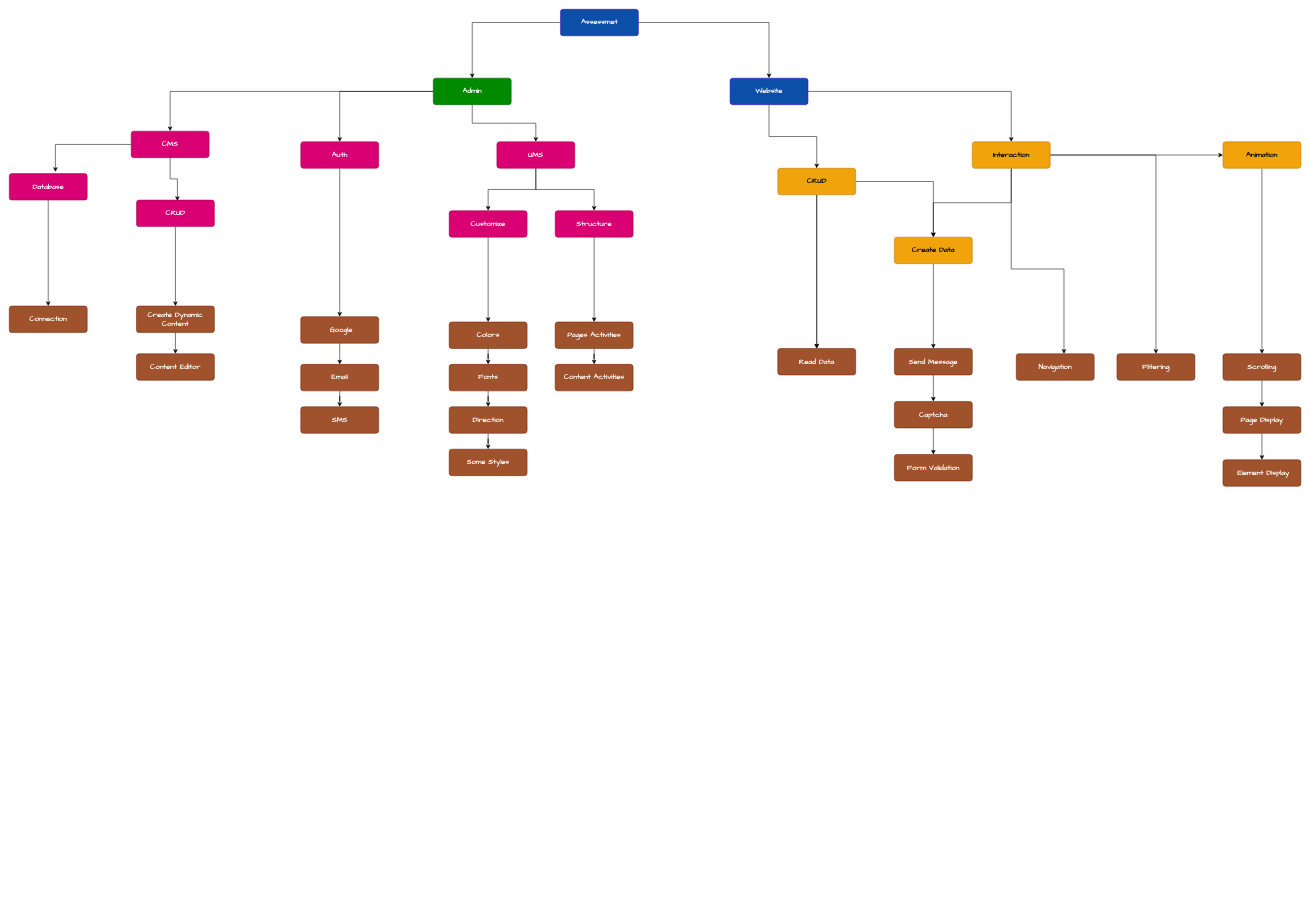
The draw.io diagram Assessment Rasa.drawio in monfaredpersonal/Development, before the edit. Source tidied: cells renumbered, new cells numbered last; positions are measured from the earlier drawing's top-left corner, leaving out a move shared by most shapes. Both pictures are drawn from the tidied source at 53%, with x=0, y=0 at pixel (9, 9).
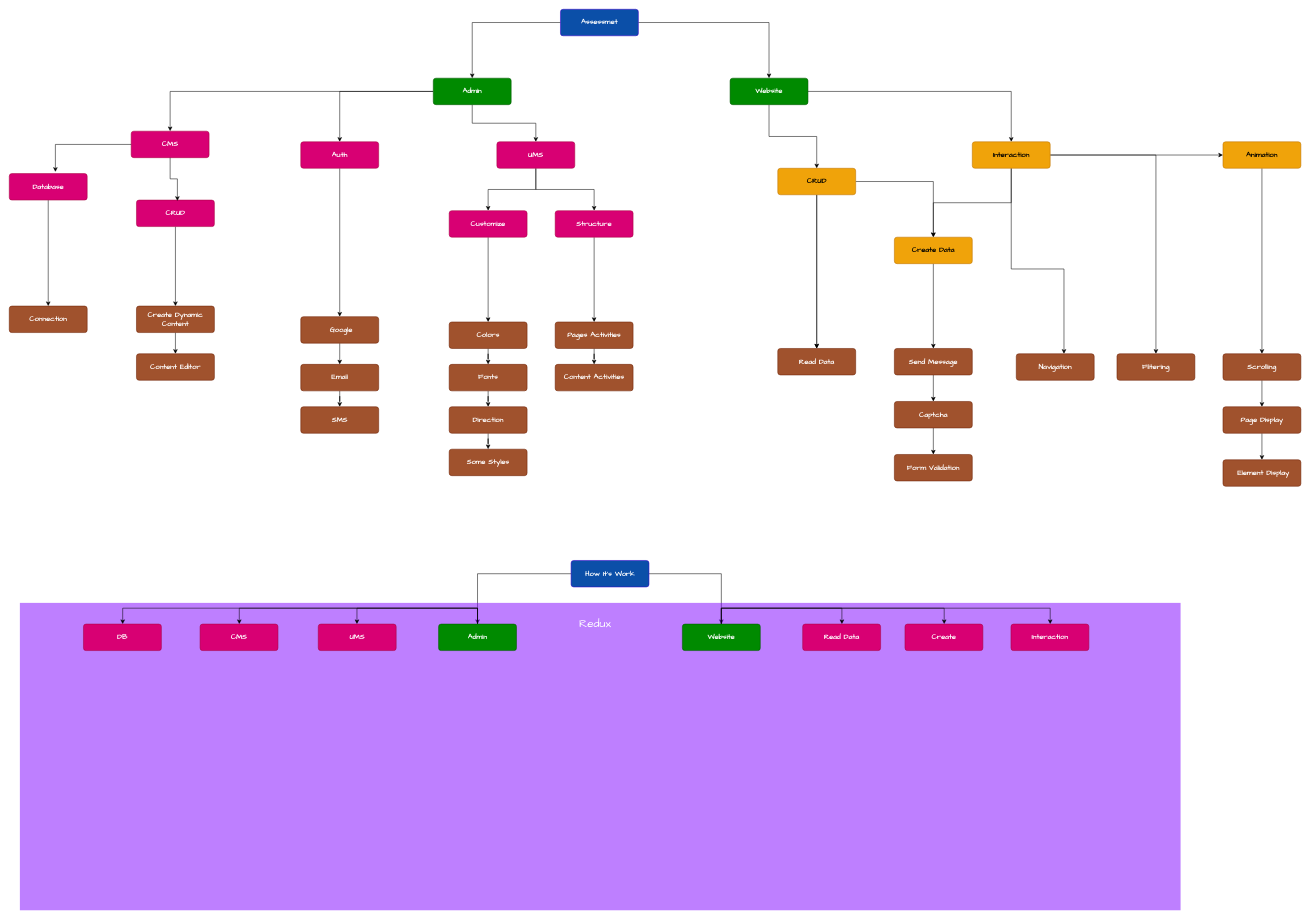
The same page after the edit.

Diff of the diagram source:
```diff
@@
-    <mxCell id="11" value="&lt;div style=&quot;forced-color-adjust: none;&quot;&gt;Website&lt;/div&gt;" style="html=1;shadow=0;dashed=0;shape=mxgraph.bootstrap.rrect;rSize=5;strokeColor=#3700CC;strokeWidth=1;fillColor=#0b4fa8;fontColor=#ffffff;whiteSpace=wrap;align=center;verticalAlign=middle;spacingLeft=0;fontStyle=1;fontSize=14;spacing=5;rounded=1;glass=0;fillStyle=auto;fontFamily=Comic Sans MS;horizontal=1;textDirection=rtl;points=[];" parent="1" vertex="1">
+    <mxCell id="11" value="&lt;div style=&quot;forced-color-adjust: none;&quot;&gt;Website&lt;/div&gt;" style="html=1;shadow=0;dashed=0;shape=mxgraph.bootstrap.rrect;rSize=5;strokeColor=#005700;strokeWidth=1;fillColor=#008a00;fontColor=#ffffff;whiteSpace=wrap;align=center;verticalAlign=middle;spacingLeft=0;fontStyle=1;fontSize=14;spacing=5;rounded=1;glass=0;fillStyle=auto;fontFamily=Comic Sans MS;horizontal=1;textDirection=rtl;points=[];" parent="1" vertex="1">
       <mxGeometry x="1360" y="130" width="147" height="50" as="geometry" />
     </mxCell>
@@
+    <mxCell id="74" style="edgeStyle=orthogonalEdgeStyle;rounded=0;jettySize=auto;html=1;" parent="1" edge="1" source="76" target="82">
+      <mxGeometry relative="1" as="geometry" />
+    </mxCell>
+    <mxCell id="75" style="edgeStyle=orthogonalEdgeStyle;rounded=0;jettySize=auto;html=1;" parent="1" edge="1" source="76" target="86">
+      <mxGeometry relative="1" as="geometry" />
+    </mxCell>
+    <mxCell id="76" value="&lt;div style=&quot;forced-color-adjust: none;&quot;&gt;How It's Work&lt;/div&gt;" style="html=1;shadow=0;dashed=0;shape=mxgraph.bootstrap.rrect;rSize=5;strokeColor=#3700CC;strokeWidth=1;fillColor=#0b4fa8;fontColor=#ffffff;whiteSpace=wrap;align=center;verticalAlign=middle;spacingLeft=0;fontStyle=1;fontSize=14;spacing=5;rounded=1;glass=0;fillStyle=auto;fontFamily=Comic Sans MS;horizontal=1;textDirection=rtl;points=[];" parent="1" vertex="1">
+      <mxGeometry x="1060" y="1040" width="147" height="50" as="geometry" />
+    </mxCell>
+    <mxCell id="77" style="rounded=0;whiteSpace=wrap;html=1;fillColor=#7F00FF;glass=0;shadow=0;strokeColor=none;fillOpacity=50;" parent="1" vertex="1">
+      <mxGeometry x="20" y="1120" width="2190" height="580" as="geometry" />
+    </mxCell>
+    <mxCell id="78" value="&lt;font color=&quot;#ffffff&quot; style=&quot;font-size: 22px;&quot; face=&quot;Comic Sans MS&quot;&gt;Redux&lt;/font&gt;" style="text;html=1;align=center;verticalAlign=middle;strokeColor=none;fillColor=none;" parent="1" vertex="1">
+      <mxGeometry x="1060" y="1140" width="90" height="40" as="geometry" />
+    </mxCell>
+    <mxCell id="79" style="edgeStyle=orthogonalEdgeStyle;rounded=0;jettySize=auto;html=1;" parent="1" edge="1" source="82" target="87">
+      <mxGeometry relative="1" as="geometry">
+        <Array as="points">
+          <mxPoint x="884" y="1130" />
+          <mxPoint x="656" y="1130" />
+        </Array>
+      </mxGeometry>
+    </mxCell>
+    <mxCell id="80" style="edgeStyle=orthogonalEdgeStyle;rounded=0;jettySize=auto;html=1;" parent="1" edge="1" source="82" target="88">
+      <mxGeometry relative="1" as="geometry">
+        <Array as="points">
+          <mxPoint x="884" y="1130" />
+          <mxPoint x="434" y="1130" />
+        </Array>
+      </mxGeometry>
+    </mxCell>
+    <mxCell id="81" style="edgeStyle=orthogonalEdgeStyle;rounded=0;jettySize=auto;html=1;" parent="1" edge="1" source="82" target="92">
+      <mxGeometry relative="1" as="geometry">
+        <Array as="points">
+          <mxPoint x="884" y="1130" />
+          <mxPoint x="214" y="1130" />
+        </Array>
+      </mxGeometry>
+    </mxCell>
+    <mxCell id="82" value="&lt;div style=&quot;forced-color-adjust: none;&quot;&gt;Admin&lt;/div&gt;" style="html=1;shadow=0;dashed=0;shape=mxgraph.bootstrap.rrect;rSize=5;strokeColor=#005700;strokeWidth=1;fillColor=#008a00;fontColor=#ffffff;whiteSpace=wrap;align=center;verticalAlign=middle;spacingLeft=0;fontStyle=1;fontSize=14;spacing=5;rounded=1;glass=0;fillStyle=auto;fontFamily=Comic Sans MS;horizontal=1;textDirection=rtl;points=[];" parent="1" vertex="1">
+      <mxGeometry x="810" y="1160" width="147" height="50" as="geometry" />
+    </mxCell>
+    <mxCell id="83" style="edgeStyle=orthogonalEdgeStyle;rounded=0;jettySize=auto;html=1;" parent="1" edge="1" source="86" target="89">
+      <mxGeometry relative="1" as="geometry">
+        <Array as="points">
+          <mxPoint x="1344" y="1130" />
+          <mxPoint x="1571" y="1130" />
+        </Array>
+      </mxGeometry>
+    </mxCell>
+    <mxCell id="84" style="edgeStyle=orthogonalEdgeStyle;rounded=0;jettySize=auto;html=1;" parent="1" edge="1" source="86" target="91">
+      <mxGeometry relative="1" as="geometry">
+        <Array as="points">
+          <mxPoint x="1344" y="1130" />
+          <mxPoint x="1964" y="1130" />
+        </Array>
+      </mxGeometry>
+    </mxCell>
+    <mxCell id="85" style="edgeStyle=orthogonalEdgeStyle;rounded=0;jettySize=auto;html=1;" parent="1" edge="1" source="86" target="90">
+      <mxGeometry relative="1" as="geometry">
+        <Array as="points">
+          <mxPoint x="1344" y="1130" />
+          <mxPoint x="1764" y="1130" />
+        </Array>
+      </mxGeometry>
+    </mxCell>
+    <mxCell id="86" value="&lt;div style=&quot;forced-color-adjust: none;&quot;&gt;Website&lt;/div&gt;" style="html=1;shadow=0;dashed=0;shape=mxgraph.bootstrap.rrect;rSize=5;strokeColor=#005700;strokeWidth=1;fillColor=#008a00;fontColor=#ffffff;whiteSpace=wrap;align=center;verticalAlign=middle;spacingLeft=0;fontStyle=1;fontSize=14;spacing=5;rounded=1;glass=0;fillStyle=auto;fontFamily=Comic Sans MS;horizontal=1;textDirection=rtl;points=[];" parent="1" vertex="1">
+      <mxGeometry x="1270" y="1160" width="147" height="50" as="geometry" />
+    </mxCell>
+    <mxCell id="87" value="&lt;div style=&quot;forced-color-adjust: none;&quot;&gt;UMS&lt;/div&gt;" style="html=1;shadow=0;dashed=0;shape=mxgraph.bootstrap.rrect;rSize=5;strokeColor=#A50040;strokeWidth=1;fillColor=#d80073;fontColor=#ffffff;whiteSpace=wrap;align=center;verticalAlign=middle;spacingLeft=0;fontStyle=1;fontSize=14;spacing=5;rounded=1;glass=0;fillStyle=auto;fontFamily=Comic Sans MS;horizontal=1;textDirection=rtl;points=[];" parent="1" vertex="1">
+      <mxGeometry x="583" y="1160" width="147" height="50" as="geometry" />
+    </mxCell>
+    <mxCell id="88" value="CMS" style="html=1;shadow=0;dashed=0;shape=mxgraph.bootstrap.rrect;rSize=5;strokeColor=#A50040;strokeWidth=1;fillColor=#d80073;fontColor=#ffffff;whiteSpace=wrap;align=center;verticalAlign=middle;spacingLeft=0;fontStyle=1;fontSize=14;spacing=5;rounded=1;glass=0;fillStyle=auto;fontFamily=Comic Sans MS;horizontal=1;textDirection=rtl;points=[];" parent="1" vertex="1">
+      <mxGeometry x="360" y="1160" width="147" height="50" as="geometry" />
+    </mxCell>
+    <mxCell id="89" value="&lt;div style=&quot;forced-color-adjust: none;&quot;&gt;Read Data&lt;/div&gt;" style="html=1;shadow=0;dashed=0;shape=mxgraph.bootstrap.rrect;rSize=5;strokeColor=#A50040;strokeWidth=1;fillColor=#d80073;fontColor=#ffffff;whiteSpace=wrap;align=center;verticalAlign=middle;spacingLeft=0;fontStyle=1;fontSize=14;spacing=5;rounded=1;glass=0;fillStyle=auto;fontFamily=Comic Sans MS;horizontal=1;textDirection=rtl;points=[];" parent="1" vertex="1">
+      <mxGeometry x="1497" y="1160" width="147" height="50" as="geometry" />
+    </mxCell>
+    <mxCell id="90" value="&lt;div style=&quot;forced-color-adjust: none;&quot;&gt;Create&lt;/div&gt;" style="html=1;shadow=0;dashed=0;shape=mxgraph.bootstrap.rrect;rSize=5;strokeColor=#A50040;strokeWidth=1;fillColor=#d80073;fontColor=#ffffff;whiteSpace=wrap;align=center;verticalAlign=middle;spacingLeft=0;fontStyle=1;fontSize=14;spacing=5;rounded=1;glass=0;fillStyle=auto;fontFamily=Comic Sans MS;horizontal=1;textDirection=rtl;points=[];" parent="1" vertex="1">
+      <mxGeometry x="1690" y="1160" width="147" height="50" as="geometry" />
+    </mxCell>
+    <mxCell id="91" value="&lt;div style=&quot;forced-color-adjust: none;&quot;&gt;Interaction&lt;/div&gt;" style="html=1;shadow=0;dashed=0;shape=mxgraph.bootstrap.rrect;rSize=5;strokeColor=#A50040;strokeWidth=1;fillColor=#d80073;fontColor=#ffffff;whiteSpace=wrap;align=center;verticalAlign=middle;spacingLeft=0;fontStyle=1;fontSize=14;spacing=5;rounded=1;glass=0;fillStyle=auto;fontFamily=Comic Sans MS;horizontal=1;textDirection=rtl;points=[];" parent="1" vertex="1">
+      <mxGeometry x="1890" y="1160" width="147" height="50" as="geometry" />
+    </mxCell>
+    <mxCell id="92" value="DB" style="html=1;shadow=0;dashed=0;shape=mxgraph.bootstrap.rrect;rSize=5;strokeColor=#A50040;strokeWidth=1;fillColor=#d80073;fontColor=#ffffff;whiteSpace=wrap;align=center;verticalAlign=middle;spacingLeft=0;fontStyle=1;fontSize=14;spacing=5;rounded=1;glass=0;fillStyle=auto;fontFamily=Comic Sans MS;horizontal=1;textDirection=rtl;points=[];" parent="1" vertex="1">
+      <mxGeometry x="140" y="1160" width="147" height="50" as="geometry" />
+    </mxCell>
```
